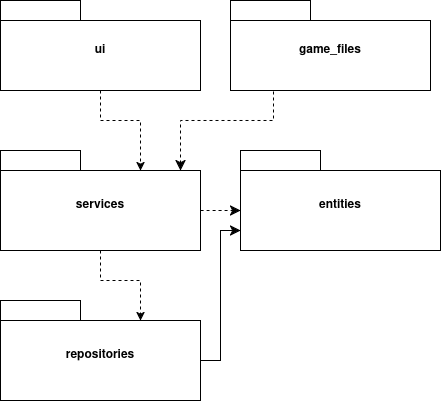
This is dokumentaatio/kuvat/arkkitehtuuri-pakkaus.png from jaahauss/ot-harjoitustyo, a draw.io export, as it was before one commit. Source tidied: cells renumbered, new cells last; positions are measured from the earlier drawing's top-left corner, leaving out a move shared by most shapes. The source it was exported from:
```xml
<mxGraphModel>
  <root>
    <mxCell id="0" />
    <mxCell id="1" parent="0" />
    <mxCell id="2" style="edgeStyle=orthogonalEdgeStyle;rounded=0;jettySize=auto;html=1;dashed=1;entryX=0;entryY=0;entryDx=140;entryDy=20;entryPerimeter=0;" parent="1" edge="1" source="3" target="5">
      <mxGeometry relative="1" as="geometry" />
    </mxCell>
    <mxCell id="3" value="ui" style="shape=folder;fontStyle=1;spacingTop=10;tabWidth=80;tabHeight=20;tabPosition=left;html=1;whiteSpace=wrap;" parent="1" vertex="1">
      <mxGeometry width="200" height="90" as="geometry" />
    </mxCell>
    <mxCell id="4" style="edgeStyle=orthogonalEdgeStyle;rounded=0;jettySize=auto;html=1;dashed=1;entryX=0;entryY=0;entryDx=140;entryDy=20;entryPerimeter=0;" parent="1" edge="1" source="5" target="8">
      <mxGeometry relative="1" as="geometry">
        <Array as="points">
          <mxPoint x="100" y="280" />
          <mxPoint x="140" y="280" />
        </Array>
      </mxGeometry>
    </mxCell>
    <mxCell id="5" value="services" style="shape=folder;fontStyle=1;spacingTop=10;tabWidth=80;tabHeight=20;tabPosition=left;html=1;whiteSpace=wrap;" parent="1" vertex="1">
      <mxGeometry y="150" width="200" height="100" as="geometry" />
    </mxCell>
    <mxCell id="6" value="entities" style="shape=folder;fontStyle=1;spacingTop=10;tabWidth=80;tabHeight=20;tabPosition=left;html=1;whiteSpace=wrap;" parent="1" vertex="1">
      <mxGeometry x="240" y="150" width="200" height="100" as="geometry" />
    </mxCell>
    <mxCell id="7" style="edgeStyle=none;curved=0;rounded=0;jettySize=auto;html=1;fontSize=12;startSize=8;endSize=8;exitX=0;exitY=0;exitDx=200;exitDy=60;exitPerimeter=0;entryX=0;entryY=0;entryDx=0;entryDy=80;entryPerimeter=0;" parent="1" edge="1" target="6">
      <mxGeometry relative="1" as="geometry">
        <mxPoint x="110" y="360" as="sourcePoint" />
        <Array as="points">
          <mxPoint x="220" y="360" />
          <mxPoint x="220" y="230" />
        </Array>
      </mxGeometry>
    </mxCell>
    <mxCell id="8" value="repositories" style="shape=folder;fontStyle=1;spacingTop=10;tabWidth=80;tabHeight=20;tabPosition=left;html=1;whiteSpace=wrap;" parent="1" vertex="1">
      <mxGeometry y="300" width="200" height="100" as="geometry" />
    </mxCell>
    <mxCell id="9" style="edgeStyle=none;curved=0;rounded=0;jettySize=auto;html=1;fontSize=12;startSize=8;endSize=8;exitX=0.215;exitY=1.011;exitDx=0;exitDy=0;exitPerimeter=0;dashed=1;" parent="1" edge="1" source="10">
      <mxGeometry relative="1" as="geometry">
        <mxPoint x="180" y="170" as="targetPoint" />
        <Array as="points">
          <mxPoint x="273" y="120" />
          <mxPoint x="230" y="120" />
          <mxPoint x="180" y="120" />
        </Array>
      </mxGeometry>
    </mxCell>
    <mxCell id="10" value="game_files" style="shape=folder;fontStyle=1;spacingTop=10;tabWidth=80;tabHeight=20;tabPosition=left;html=1;whiteSpace=wrap;" parent="1" vertex="1">
      <mxGeometry x="230" width="200" height="90" as="geometry" />
    </mxCell>
    <mxCell id="11" style="edgeStyle=none;curved=1;rounded=0;jettySize=auto;html=1;exitX=0;exitY=0;exitDx=200;exitDy=60;exitPerimeter=0;entryX=0;entryY=0;entryDx=0;entryDy=60;entryPerimeter=0;fontSize=12;startSize=8;endSize=8;dashed=1;" parent="1" edge="1" source="5" target="6">
      <mxGeometry relative="1" as="geometry">
        <Array as="points">
          <mxPoint x="220" y="210" />
        </Array>
      </mxGeometry>
    </mxCell>
  </root>
</mxGraphModel>
```
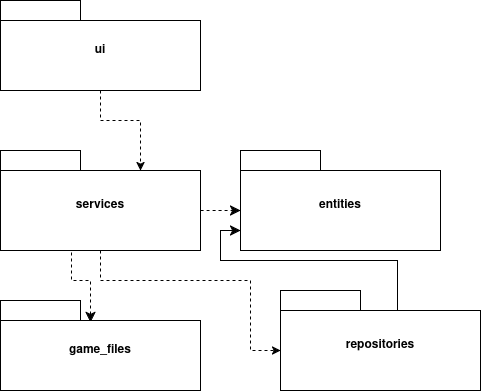
Above is the later version.

The edit, as a diff of the source:
```diff
@@ -8,11 +8,12 @@
     <mxCell id="3" value="ui" style="shape=folder;fontStyle=1;spacingTop=10;tabWidth=80;tabHeight=20;tabPosition=left;html=1;whiteSpace=wrap;" parent="1" vertex="1">
       <mxGeometry width="200" height="90" as="geometry" />
     </mxCell>
-    <mxCell id="4" style="edgeStyle=orthogonalEdgeStyle;rounded=0;jettySize=auto;html=1;dashed=1;entryX=0;entryY=0;entryDx=140;entryDy=20;entryPerimeter=0;" parent="1" edge="1" source="5" target="8">
+    <mxCell id="4" style="edgeStyle=orthogonalEdgeStyle;rounded=0;jettySize=auto;html=1;dashed=1;entryX=0;entryY=0;entryDx=0;entryDy=60;entryPerimeter=0;" parent="1" edge="1" source="5" target="8">
       <mxGeometry relative="1" as="geometry">
         <Array as="points">
           <mxPoint x="100" y="280" />
-          <mxPoint x="140" y="280" />
+          <mxPoint x="250" y="280" />
+          <mxPoint x="250" y="350" />
         </Array>
       </mxGeometry>
     </mxCell>
@@ -22,30 +23,28 @@
     <mxCell id="6" value="entities" style="shape=folder;fontStyle=1;spacingTop=10;tabWidth=80;tabHeight=20;tabPosition=left;html=1;whiteSpace=wrap;" parent="1" vertex="1">
       <mxGeometry x="240" y="150" width="200" height="100" as="geometry" />
     </mxCell>
-    <mxCell id="7" style="edgeStyle=none;curved=0;rounded=0;jettySize=auto;html=1;fontSize=12;startSize=8;endSize=8;exitX=0;exitY=0;exitDx=200;exitDy=60;exitPerimeter=0;entryX=0;entryY=0;entryDx=0;entryDy=80;entryPerimeter=0;" parent="1" edge="1" target="6">
+    <mxCell id="7" style="edgeStyle=none;curved=0;rounded=0;jettySize=auto;html=1;fontSize=12;startSize=8;endSize=8;exitX=0.585;exitY=0.22;exitDx=0;exitDy=0;exitPerimeter=0;entryX=0;entryY=0;entryDx=0;entryDy=80;entryPerimeter=0;" parent="1" edge="1" source="8" target="6">
       <mxGeometry relative="1" as="geometry">
-        <mxPoint x="110" y="360" as="sourcePoint" />
         <Array as="points">
-          <mxPoint x="220" y="360" />
+          <mxPoint x="397" y="260" />
+          <mxPoint x="220" y="260" />
           <mxPoint x="220" y="230" />
         </Array>
       </mxGeometry>
     </mxCell>
     <mxCell id="8" value="repositories" style="shape=folder;fontStyle=1;spacingTop=10;tabWidth=80;tabHeight=20;tabPosition=left;html=1;whiteSpace=wrap;" parent="1" vertex="1">
-      <mxGeometry y="300" width="200" height="100" as="geometry" />
+      <mxGeometry x="280" y="290" width="200" height="100" as="geometry" />
     </mxCell>
-    <mxCell id="9" style="edgeStyle=none;curved=0;rounded=0;jettySize=auto;html=1;fontSize=12;startSize=8;endSize=8;exitX=0.215;exitY=1.011;exitDx=0;exitDy=0;exitPerimeter=0;dashed=1;" parent="1" edge="1" source="10">
+    <mxCell id="9" style="edgeStyle=none;curved=0;rounded=0;jettySize=auto;html=1;fontSize=12;startSize=8;endSize=8;exitX=0.355;exitY=1.02;exitDx=0;exitDy=0;exitPerimeter=0;dashed=1;entryX=0.45;entryY=0.244;entryDx=0;entryDy=0;entryPerimeter=0;" parent="1" edge="1" source="5" target="10">
       <mxGeometry relative="1" as="geometry">
-        <mxPoint x="180" y="170" as="targetPoint" />
         <Array as="points">
-          <mxPoint x="273" y="120" />
-          <mxPoint x="230" y="120" />
-          <mxPoint x="180" y="120" />
+          <mxPoint x="71" y="280" />
+          <mxPoint x="90" y="280" />
         </Array>
       </mxGeometry>
     </mxCell>
     <mxCell id="10" value="game_files" style="shape=folder;fontStyle=1;spacingTop=10;tabWidth=80;tabHeight=20;tabPosition=left;html=1;whiteSpace=wrap;" parent="1" vertex="1">
-      <mxGeometry x="230" width="200" height="90" as="geometry" />
+      <mxGeometry y="300" width="200" height="90" as="geometry" />
     </mxCell>
     <mxCell id="11" style="edgeStyle=none;curved=1;rounded=0;jettySize=auto;html=1;exitX=0;exitY=0;exitDx=200;exitDy=60;exitPerimeter=0;entryX=0;entryY=0;entryDx=0;entryDy=60;entryPerimeter=0;fontSize=12;startSize=8;endSize=8;dashed=1;" parent="1" edge="1" source="5" target="6">
       <mxGeometry relative="1" as="geometry">
```
